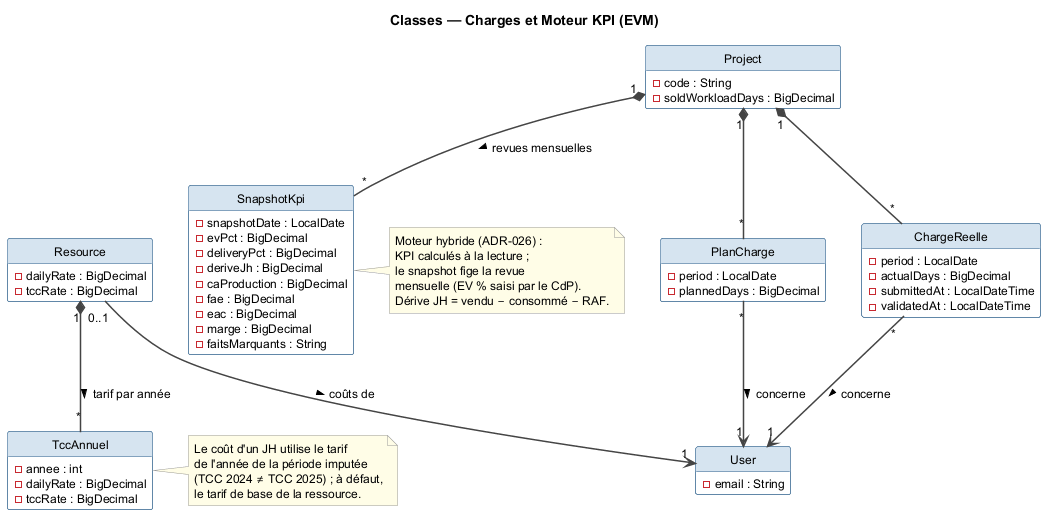
Before: docs/uml/class_kpi.png, a diagram exported from PlantUML (mazenrakrouki/tekup-pms-platform).
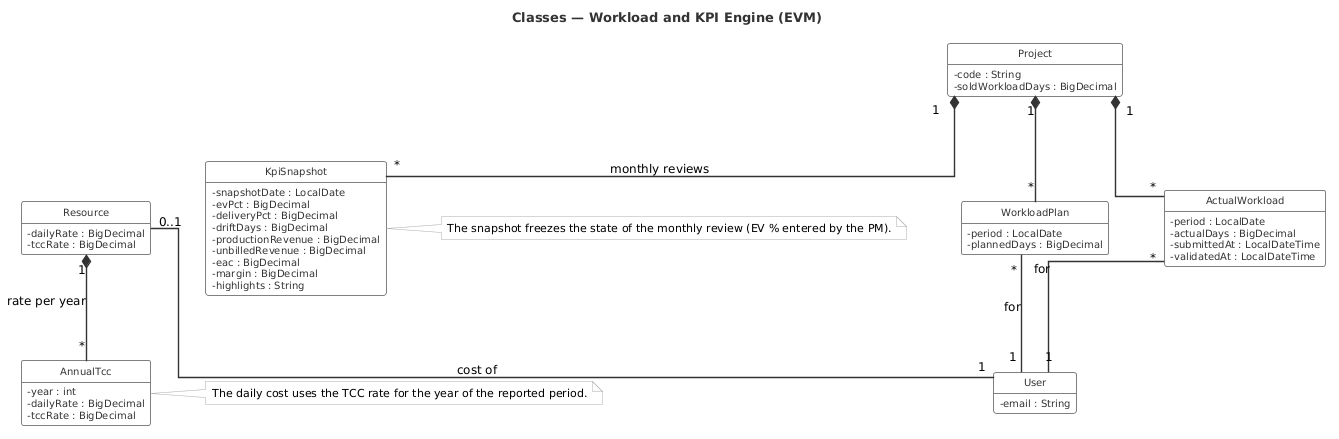
Above is the later version.

What changed in the source:
```diff
@@ -1,18 +1,51 @@
 @startuml class_kpi
-title Classes — Charges et Moteur KPI (EVM)
+title Classes — Workload and KPI Engine (EVM)
 
 top to bottom direction
 
 skinparam shadowing false
-skinparam classBackgroundColor #FFFFFF
-skinparam classBorderColor #2C5F8A
-skinparam classHeaderBackgroundColor #D6E4F0
-skinparam defaultFontName Helvetica
-skinparam defaultFontSize 12
-skinparam ArrowColor #444444
-skinparam ArrowThickness 1.5
-skinparam noteBorderColor #999999
-skinparam noteBackgroundColor #FFFDE7
+skinparam classAttributeIconSize 0
+skinparam linetype ortho
+skinparam nodesep 55
+skinparam ranksep 65
+skinparam class {
+  BackgroundColor       #FFFFFF
+  BorderColor           #808080
+  BorderThickness       1
+  HeaderBackgroundColor #FFFFFF
+  FontColor             #333333
+  FontName              Helvetica
+  FontSize              11
+  FontStyle             plain
+  AttributeFontColor    #333333
+  AttributeFontName     Helvetica
+  AttributeFontSize     10
+}
+skinparam enum {
+  BackgroundColor       #FFFFFF
+  BorderColor           #808080
+  BorderThickness       1
+  HeaderBackgroundColor #FFFFFF
+  FontColor             #333333
+  FontName              Helvetica
+  FontSize              15
+  AttributeFontColor    #333333
+  AttributeFontName     Helvetica
+  AttributeFontSize     10
+}
+skinparam ArrowColor      #333333
+skinparam ArrowThickness  1.4
+skinparam ArrowFontColor  #000000
+skinparam ArrowFontStyle  plain
+skinparam ArrowFontName   Helvetica
+skinparam ArrowFontSize   12
+skinparam TitleFontName   Helvetica
+skinparam TitleFontSize   13
+skinparam TitleFontColor  #333333
+skinparam noteBorderColor     #AAAAAA
+skinparam noteBackgroundColor #FAFAFA
+skinparam noteFontName        Helvetica
+skinparam noteFontSize        11
 hide circle
 hide empty methods
 
@@ -30,57 +63,49 @@
   - tccRate : BigDecimal
 }
 
-class TccAnnuel {
-  - annee : int
+class AnnualTcc {
+  - year : int
   - dailyRate : BigDecimal
   - tccRate : BigDecimal
 }
 
-class PlanCharge {
+class WorkloadPlan {
   - period : LocalDate
   - plannedDays : BigDecimal
 }
 
-class ChargeReelle {
+class ActualWorkload {
   - period : LocalDate
   - actualDays : BigDecimal
   - submittedAt : LocalDateTime
   - validatedAt : LocalDateTime
 }
 
-class SnapshotKpi {
+class KpiSnapshot {
   - snapshotDate : LocalDate
   - evPct : BigDecimal
   - deliveryPct : BigDecimal
-  - deriveJh : BigDecimal
-  - caProduction : BigDecimal
-  - fae : BigDecimal
+  - driftDays : BigDecimal
+  - productionRevenue : BigDecimal
+  - unbilledRevenue : BigDecimal
   - eac : BigDecimal
-  - marge : BigDecimal
-  - faitsMarquants : String
+  - margin : BigDecimal
+  - highlights : String
 }
 
-Resource "0..1" --> "1" User : coûts de >
-Resource "1" *-- "*" TccAnnuel : tarif par année >
-Project "1" *-- "*" PlanCharge
-PlanCharge "*" --> "1" User : concerne >
-Project "1" *-- "*" ChargeReelle
-ChargeReelle "*" --> "1" User : concerne >
-Project "1" *-- "*" SnapshotKpi : revues mensuelles >
-
-note right of TccAnnuel
-  Le coût d'un JH utilise le tarif
-  de l'année de la période imputée
-  (TCC 2024 ≠ TCC 2025) ; à défaut,
-  le tarif de base de la ressource.
+Resource "0..1" -- "1" User : cost of
+Resource "1" *-- "*" AnnualTcc : rate per year
+Project "1" *-- "*" WorkloadPlan
+WorkloadPlan "*" -- "1" User : for
+Project "1" *-- "*" ActualWorkload
+ActualWorkload "*" -- "1" User : for
+Project "1" *-- "*" KpiSnapshot : monthly reviews
+note right of AnnualTcc
+  The daily cost uses the TCC rate for the year of the reported period.
 end note
 
-note right of SnapshotKpi
-  Moteur hybride (ADR-026) :
-  KPI calculés à la lecture ;
-  le snapshot fige la revue
-  mensuelle (EV % saisi par le CdP).
-  Dérive JH = vendu − consommé − RAF.
+note right of KpiSnapshot
+  The snapshot freezes the state of the monthly review (EV % entered by the PM).
 end note
 
 @enduml
```
